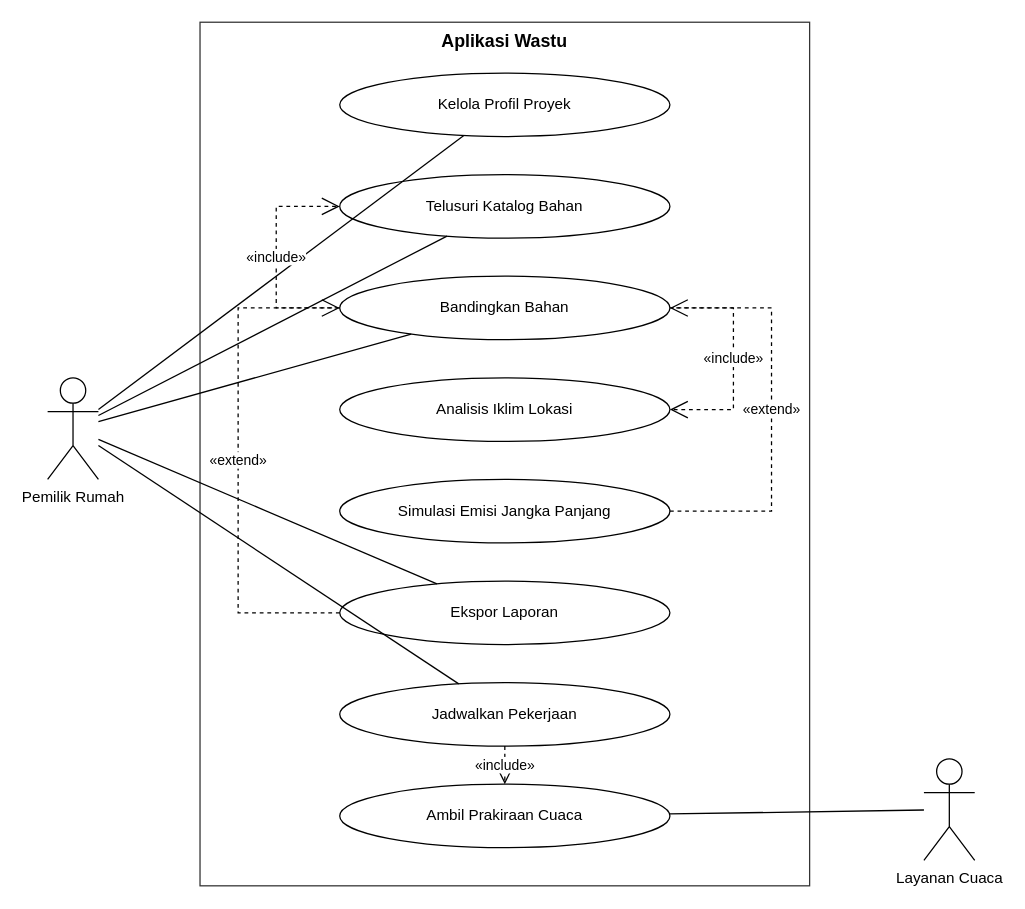
Earlier version of the draw.io diagram page "1. Use Case" (1 of 3) of docs/uml-wastu.drawio (scientivan/wastu). Source tidied: cells renumbered, new cells numbered last; positions are measured from the earlier drawing's top-left corner, leaving out a move shared by most shapes. Both pictures are drawn from the tidied source at 127%, with x=0, y=0 at pixel (47, 22).
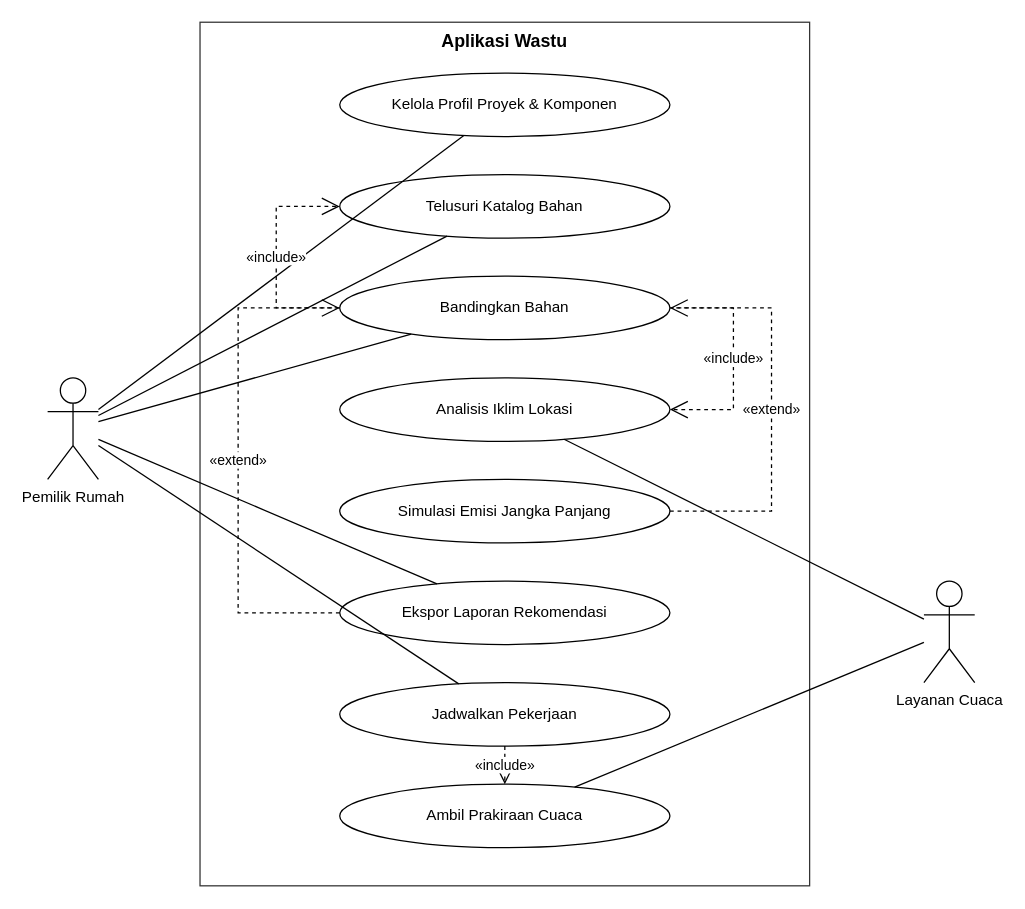
Above is the later version.

The change refers to these unchanged cells:
```xml
<mxCell id="8" value="Analisis Iklim Lokasi" style="ellipse;whiteSpace=wrap;html=1;" parent="1" vertex="1">
  <mxGeometry x="230" y="280" width="260" height="50" as="geometry" />
</mxCell>
```

The edit, as a diff of the source:
```diff
@@
     <mxCell id="4" value="Layanan Cuaca" style="shape=umlActor;verticalLabelPosition=bottom;verticalAlign=top;html=1;outlineConnect=0;" parent="1" vertex="1">
-      <mxGeometry x="690" y="580" width="40" height="80" as="geometry" />
+      <mxGeometry x="690" y="440" width="40" height="80" as="geometry" />
     </mxCell>
-    <mxCell id="5" value="Kelola Profil Proyek" style="ellipse;whiteSpace=wrap;html=1;" parent="1" vertex="1">
+    <mxCell id="5" value="Kelola Profil Proyek &amp; Komponen" style="ellipse;whiteSpace=wrap;html=1;" parent="1" vertex="1">
       <mxGeometry x="230" y="40" width="260" height="50" as="geometry" />
     </mxCell>
@@
-    <mxCell id="10" value="Ekspor Laporan" style="ellipse;whiteSpace=wrap;html=1;" parent="1" vertex="1">
+    <mxCell id="10" value="Ekspor Laporan Rekomendasi" style="ellipse;whiteSpace=wrap;html=1;" parent="1" vertex="1">
       <mxGeometry x="230" y="440" width="260" height="50" as="geometry" />
     </mxCell>
@@
+    <mxCell id="24" style="endArrow=none;html=1;rounded=0;" parent="1" edge="1" source="8" target="4">
+      <mxGeometry relative="1" as="geometry" />
+    </mxCell>
```
